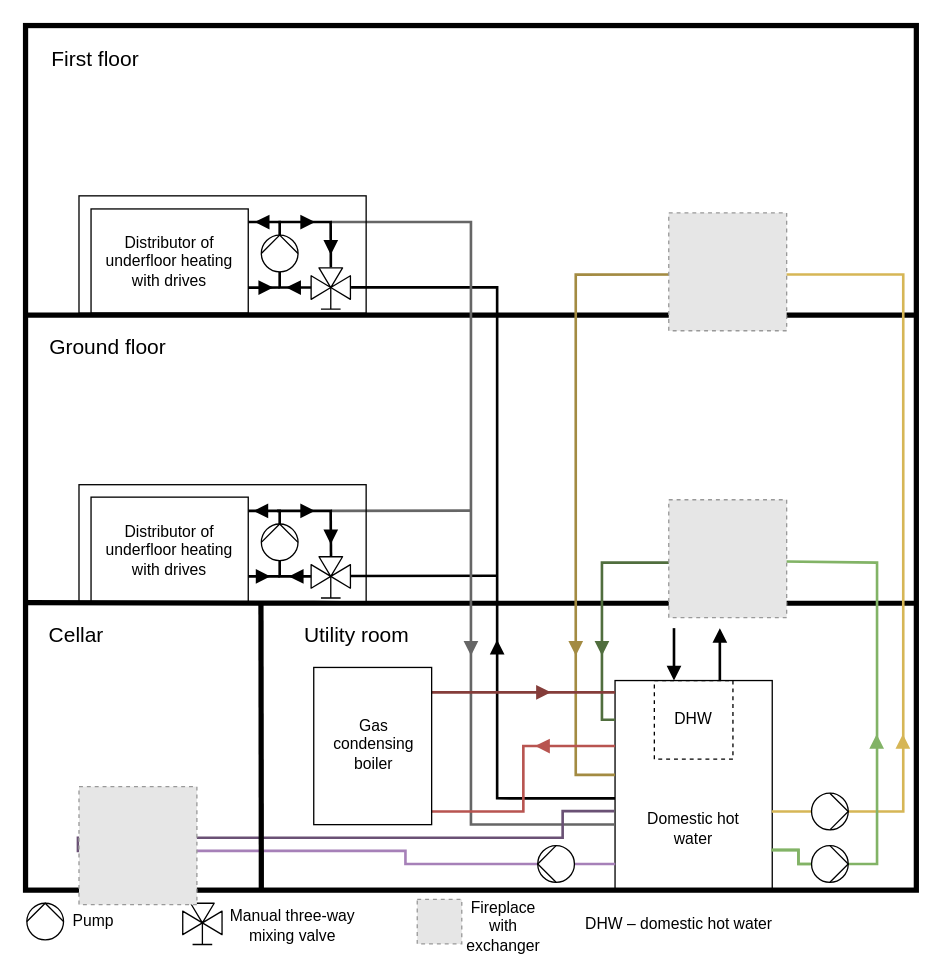
RomLab/system-for-underfloor-heating-v2.0 keeps this draw.io diagram as diagrams/drawio/heating-system-rust-of-house.drawio. Above is the earlier version. Source tidied: cells renumbered, new cells numbered last; positions are measured from the earlier drawing's top-left corner, leaving out a move shared by most shapes. Both pictures are drawn from the tidied source at 131%, with x=0, y=0 at pixel (24, 25). Pictures stored in the file or linked from it are replaced by grey dashed boxes.
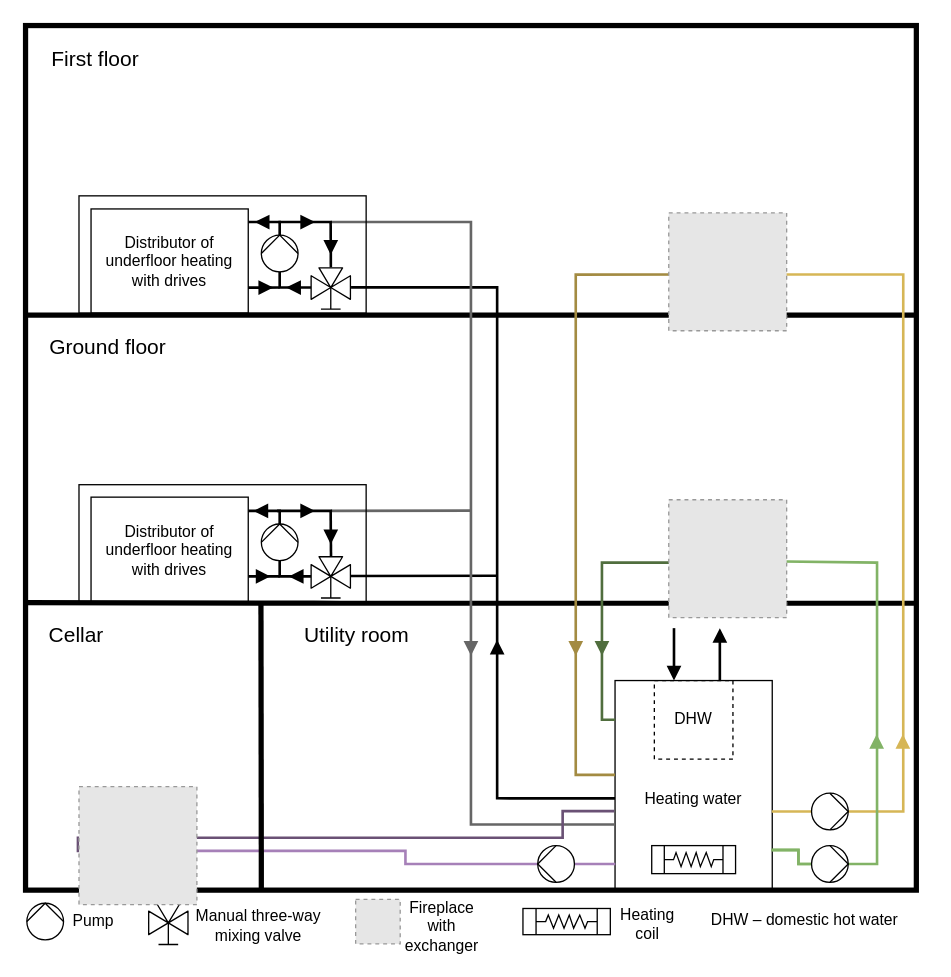
After the change.

The edit, as a diff of the source:
```diff
@@
-    <mxCell id="17" style="edgeStyle=orthogonalEdgeStyle;rounded=0;orthogonalLoop=1;jettySize=auto;html=1;endArrow=none;endFill=0;entryX=0;entryY=0.059;entryDx=0;entryDy=0;entryPerimeter=0;strokeWidth=2;fillColor=#f8cecc;strokeColor=#853D3A;" parent="1" edge="1">
-      <mxGeometry relative="1" as="geometry">
-        <mxPoint x="311" y="509" as="sourcePoint" />
-        <mxPoint x="451" y="509" as="targetPoint" />
-      </mxGeometry>
-    </mxCell>
-    <mxCell id="18" style="edgeStyle=orthogonalEdgeStyle;rounded=0;jettySize=auto;html=1;endArrow=none;endFill=0;fillColor=#f8cecc;strokeWidth=2;strokeColor=#B85450;" parent="1" edge="1" source="19">
-      <mxGeometry relative="1" as="geometry">
-        <mxPoint x="451" y="550" as="targetPoint" />
-        <Array as="points">
-          <mxPoint x="381" y="600" />
-          <mxPoint x="381" y="550" />
-        </Array>
-      </mxGeometry>
-    </mxCell>
-    <mxCell id="19" style="rounded=0;whiteSpace=wrap;html=1;fillColor=none;" parent="1" vertex="1">
-      <mxGeometry x="221" y="490" width="90" height="120" as="geometry" />
-    </mxCell>
@@
-    <mxCell id="44" value="Gas condensing boiler" style="text;html=1;strokeColor=none;fillColor=none;align=center;verticalAlign=middle;whiteSpace=wrap;rounded=0;dashed=1;" parent="1" vertex="1">
-      <mxGeometry x="232.2" y="524" width="70" height="50" as="geometry" />
-    </mxCell>
@@
-    <mxCell id="47" value="Domestic hot water" style="text;html=1;strokeColor=none;fillColor=none;align=center;verticalAlign=middle;whiteSpace=wrap;rounded=0;dashed=1;" parent="1" vertex="1">
-      <mxGeometry x="471" y="586" width="80" height="54" as="geometry" />
+    <mxCell id="47" value="Heating water" style="text;html=1;strokeColor=none;fillColor=none;align=center;verticalAlign=middle;whiteSpace=wrap;rounded=0;dashed=1;" parent="1" vertex="1">
+      <mxGeometry x="471" y="579" width="80" height="24" as="geometry" />
     </mxCell>
@@
     <mxCell id="53" style="verticalLabelPosition=bottom;align=center;html=1;verticalAlign=top;dashed=0;shape=mxgraph.pid2valves.valve;valveType=threeWay;actuator=man;fillColor=none;rotation=-180;" parent="1" vertex="1">
-      <mxGeometry x="121" y="670" width="30" height="36" as="geometry" />
+      <mxGeometry x="95" y="670" width="30" height="36" as="geometry" />
     </mxCell>
@@
     <mxCell id="55" value="Manual three-way mixing valve" style="text;html=1;strokeColor=none;fillColor=none;align=center;verticalAlign=middle;whiteSpace=wrap;rounded=0;dashed=1;" parent="1" vertex="1">
-      <mxGeometry x="146" y="677" width="118" height="20" as="geometry" />
+      <mxGeometry x="120" y="677" width="118" height="20" as="geometry" />
     </mxCell>
     <mxCell id="56" style="fillColor=#E6E6E6;strokeColor=#999999;dashed=1;html=1;verticalAlign=top;verticalLabelPosition=bottom;labelBackgroundColor=#ffffff;" parent="1" vertex="1">
-      <mxGeometry x="300" y="667" width="34" height="34" as="geometry" />
+      <mxGeometry x="253" y="667" width="34" height="34" as="geometry" />
     </mxCell>
     <mxCell id="57" value="Fireplace with exchanger" style="text;html=1;strokeColor=none;fillColor=none;align=center;verticalAlign=middle;whiteSpace=wrap;rounded=0;dashed=1;" parent="1" vertex="1">
-      <mxGeometry x="346" y="678" width="40" height="20" as="geometry" />
+      <mxGeometry x="299" y="678" width="40" height="20" as="geometry" />
     </mxCell>
     <mxCell id="58" value="&lt;font style=&quot;font-size: 12px&quot;&gt;DHW – domestic hot water&lt;/font&gt;" style="text;html=1;strokeColor=none;fillColor=none;align=center;verticalAlign=middle;whiteSpace=wrap;rounded=0;dashed=1;fontSize=16;" parent="1" vertex="1">
-      <mxGeometry x="405" y="674" width="190" height="20" as="geometry" />
+      <mxGeometry x="501" y="671" width="190" height="20" as="geometry" />
     </mxCell>
@@
-    <mxCell id="60" style="endArrow=block;html=1;strokeWidth=2;endFill=1;strokeColor=#853D3A;startSize=5;jumpSize=6;" parent="1" edge="1">
-      <mxGeometry relative="1" as="geometry">
-        <mxPoint x="392" y="509" as="sourcePoint" />
-        <mxPoint x="402" y="509" as="targetPoint" />
-      </mxGeometry>
-    </mxCell>
-    <mxCell id="61" style="endArrow=block;html=1;strokeWidth=2;endFill=1;startSize=5;jumpSize=6;strokeColor=#B85450;" parent="1" edge="1">
-      <mxGeometry relative="1" as="geometry">
-        <mxPoint x="400" y="550" as="sourcePoint" />
-        <mxPoint x="390" y="550" as="targetPoint" />
-      </mxGeometry>
-    </mxCell>
@@
+    <mxCell id="85" style="shape=mxgraph.pid.heat_exchangers.heat_exchanger_(coil_tubes);html=1;align=center;verticalLabelPosition=bottom;verticalAlign=top;dashed=0;" parent="1" vertex="1">
+      <mxGeometry x="479" y="626" width="64" height="21.4" as="geometry" />
+    </mxCell>
+    <mxCell id="86" style="shape=mxgraph.pid.heat_exchangers.heat_exchanger_(coil_tubes);html=1;align=center;verticalLabelPosition=bottom;verticalAlign=top;dashed=0;" parent="1" vertex="1">
+      <mxGeometry x="380.7" y="674" width="66.7" height="20" as="geometry" />
+    </mxCell>
+    <mxCell id="87" value="Heating&lt;br&gt;coil" style="text;html=1;strokeColor=none;fillColor=none;align=center;verticalAlign=middle;whiteSpace=wrap;rounded=0;dashed=1;" parent="1" vertex="1">
+      <mxGeometry x="456" y="676" width="40" height="20" as="geometry" />
+    </mxCell>
```
